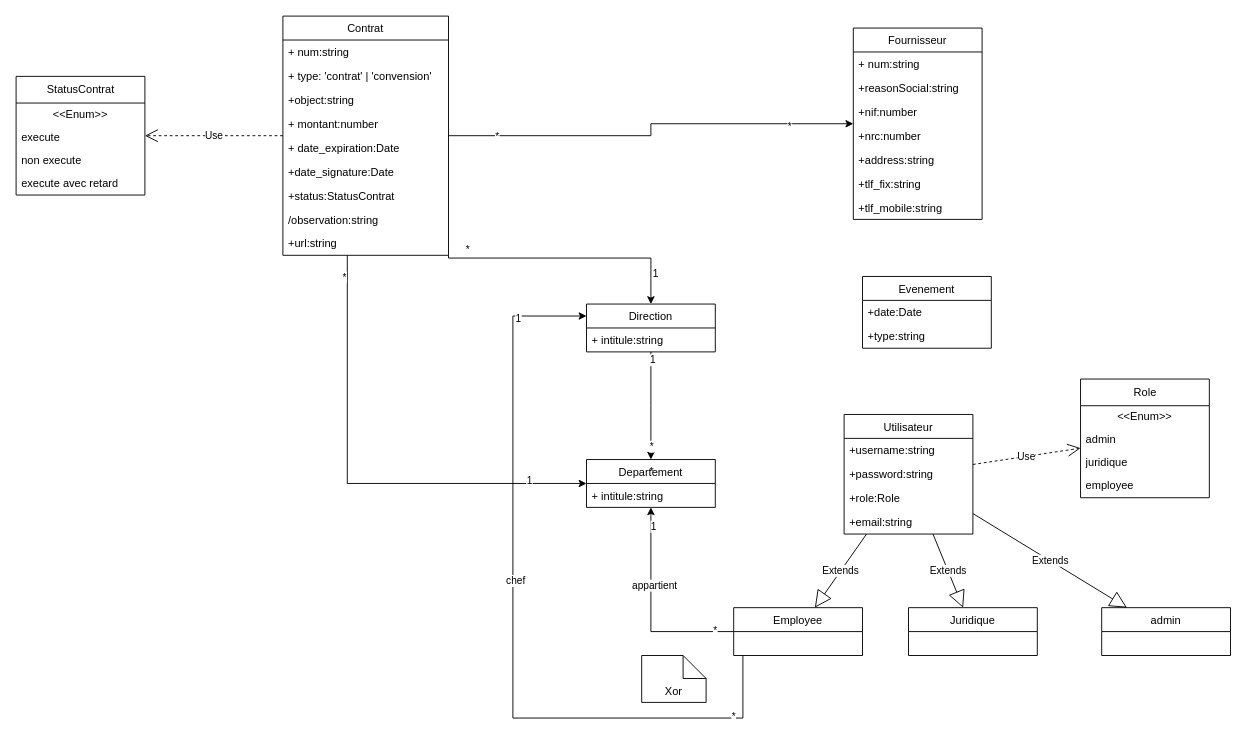
Above: diagrams.drawio in stormsidali2001/contracts-management (draw.io), before the change. Source tidied: cells renumbered, new cells numbered last; positions are measured from the earlier drawing's top-left corner, leaving out a move shared by most shapes. Both pictures are drawn from the tidied source at 92%, with x=0, y=0 at pixel (16, 16).
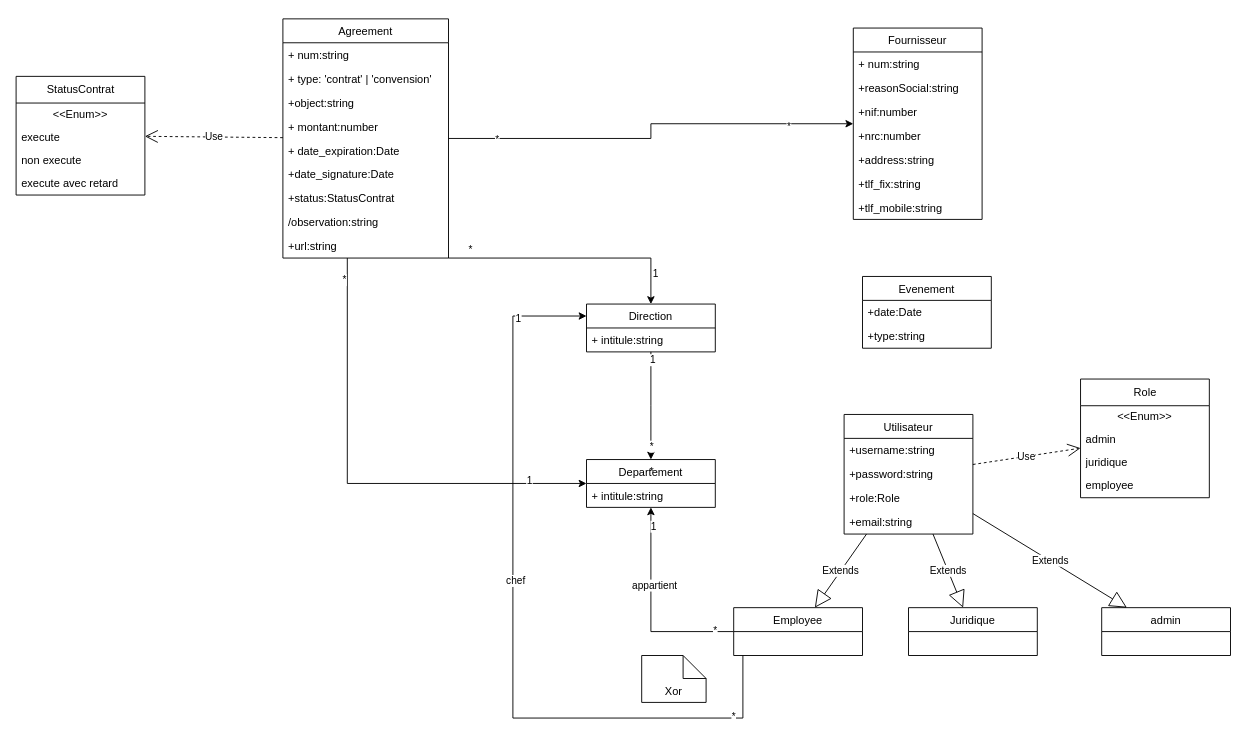
Above is the later version.

Commit message (it also covers changes not shown here):
creating the agreement module and entity , creating the entities : direction , departement and setting up the relation on-to-many between them

Change to the diagram source:
```diff
@@
-    <mxCell id="8" value="Contrat" style="swimlane;fontStyle=0;horizontal=1;startSize=26;fillColor=none;" parent="1" vertex="1">
-      <mxGeometry x="290" width="180" height="260" as="geometry" />
+    <mxCell id="8" value="Agreement" style="swimlane;fontStyle=0;horizontal=1;startSize=26;fillColor=none;" parent="1" vertex="1">
+      <mxGeometry x="290" y="3" width="180" height="260" as="geometry" />
     </mxCell>
```
